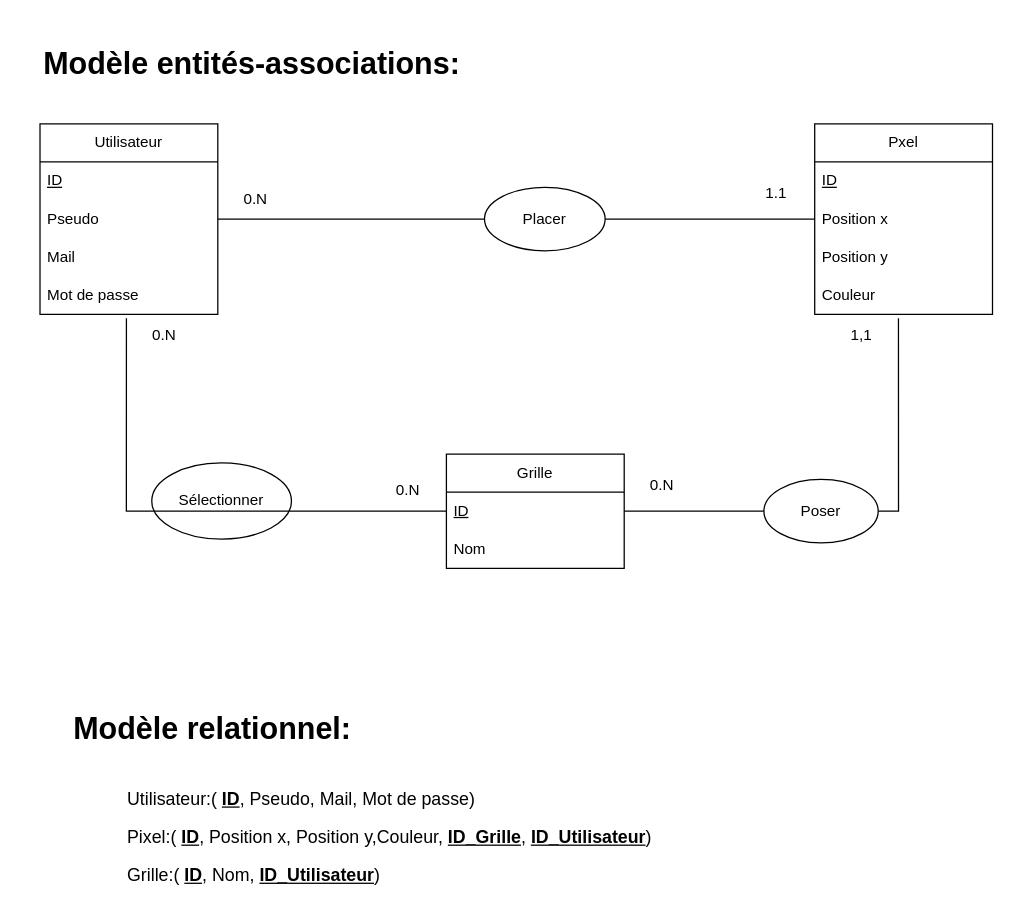
GoldenPants112/PixelWar keeps this draw.io diagram as Model_Drawio/Modele-entite-asso.drawio. Above is the earlier version. Source tidied: cells renumbered, new cells numbered last; positions are measured from the earlier drawing's top-left corner, leaving out a move shared by most shapes. Both pictures are drawn from the tidied source at 127%, with x=0, y=0 at pixel (22, 22).
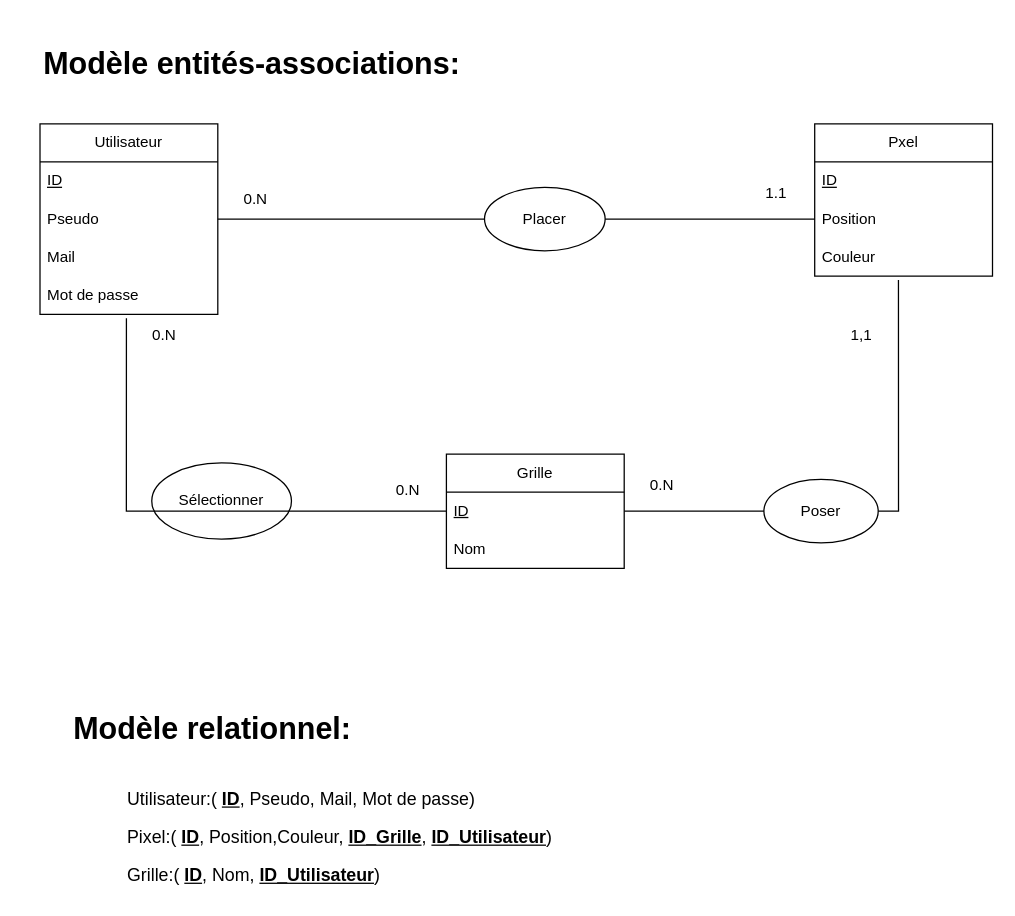
The same page after the edit.

Commit message (it also covers changes not shown here):
Ajout d'une fonction qui permet a l'utilisateur poser un pixel toutes les 15 secondes.

Change to the diagram source:
```diff
@@
     <mxCell id="7" value="Pxel" style="swimlane;fontStyle=0;horizontal=1;startSize=30;whiteSpace=wrap;html=1;" parent="1" vertex="1">
-      <mxGeometry x="624" y="80" width="140" height="150" as="geometry" />
+      <mxGeometry x="624" y="80" width="140" height="120" as="geometry" />
     </mxCell>
@@
-    <mxCell id="9" value="Position x" style="rounded=0;whiteSpace=wrap;html=1;align=left;verticalAlign=middle;spacingLeft=4;spacingRight=4;fontFamily=Helvetica;fontSize=12;fontColor=default;fillColor=none;gradientColor=none;strokeColor=none;" parent="7" vertex="1">
+    <mxCell id="9" value="Position" style="rounded=0;whiteSpace=wrap;html=1;align=left;verticalAlign=middle;spacingLeft=4;spacingRight=4;fontFamily=Helvetica;fontSize=12;fontColor=default;fillColor=none;gradientColor=none;strokeColor=none;" parent="7" vertex="1">
       <mxGeometry y="60" width="140" height="30" as="geometry" />
     </mxCell>
-    <mxCell id="10" value="Position y" style="text;strokeColor=none;fillColor=none;align=left;verticalAlign=middle;spacingLeft=4;spacingRight=4;overflow=hidden;whiteSpace=wrap;html=1;" parent="7" vertex="1">
-      <mxGeometry y="90" width="140" height="30" as="geometry" />
-    </mxCell>
     <mxCell id="11" value="Couleur" style="text;strokeColor=none;fillColor=none;align=left;verticalAlign=middle;spacingLeft=4;spacingRight=4;overflow=hidden;points=[[0,0.5],[1,0.5]];portConstraint=eastwest;whiteSpace=wrap;html=1;" parent="7" vertex="1">
-      <mxGeometry y="120" width="140" height="30" as="geometry" />
+      <mxGeometry y="90" width="140" height="30" as="geometry" />
     </mxCell>
@@
-    <mxCell id="32" value="&lt;font style=&quot;font-size: 14px;&quot;&gt;Pixel:(&amp;nbsp;&lt;u&gt;&lt;b&gt;ID&lt;/b&gt;&lt;/u&gt;, Position x, Position y,Couleur, &lt;u&gt;&lt;b&gt;ID_Grille&lt;/b&gt;&lt;/u&gt;,&amp;nbsp;&lt;u&gt;&lt;b&gt;ID_Utilisateur&lt;/b&gt;&lt;/u&gt;)&lt;/font&gt;" style="text;html=1;align=left;verticalAlign=middle;whiteSpace=wrap;rounded=0;fontFamily=Helvetica;fontSize=12;fontColor=default;" parent="1" vertex="1">
+    <mxCell id="32" value="&lt;font style=&quot;font-size: 14px;&quot;&gt;Pixel:(&amp;nbsp;&lt;u&gt;&lt;b&gt;ID&lt;/b&gt;&lt;/u&gt;, Position,Couleur, &lt;u&gt;&lt;b&gt;ID_Grille&lt;/b&gt;&lt;/u&gt;,&amp;nbsp;&lt;u&gt;&lt;b&gt;ID_Utilisateur&lt;/b&gt;&lt;/u&gt;)&lt;/font&gt;" style="text;html=1;align=left;verticalAlign=middle;whiteSpace=wrap;rounded=0;fontFamily=Helvetica;fontSize=12;fontColor=default;" parent="1" vertex="1">
       <mxGeometry x="81" y="627" width="420" height="30" as="geometry" />
     </mxCell>
```
